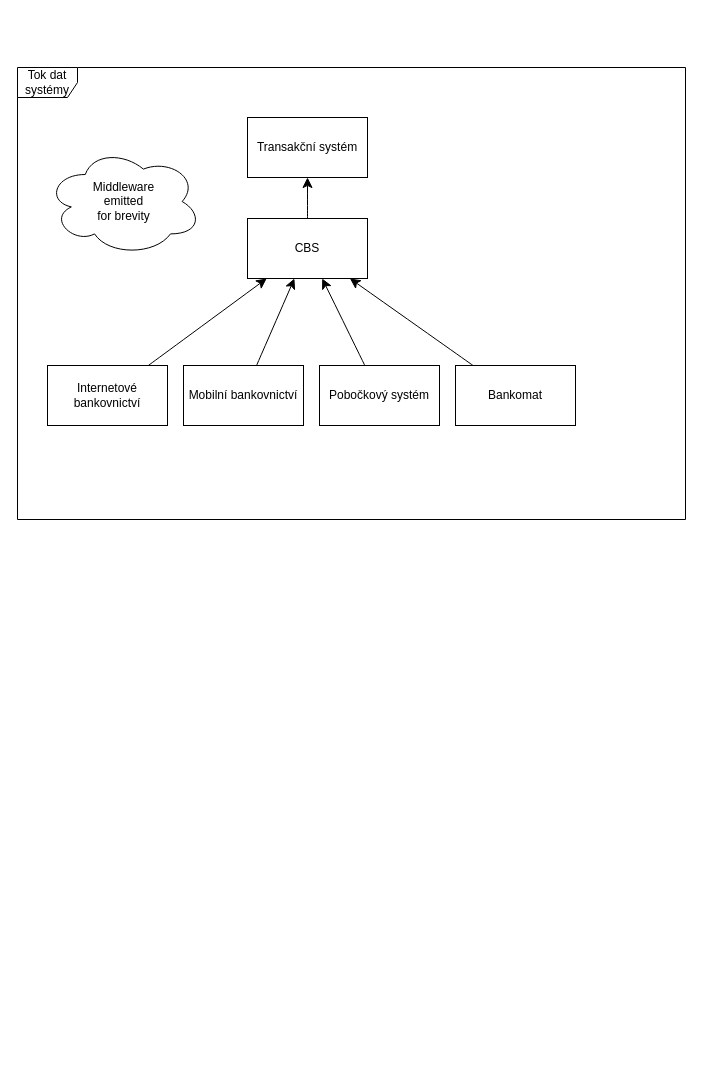
Finishxx/draw-io keeps this draw.io diagram as Untitled Diagram.drawio. Above is the earlier version. Source tidied: cells renumbered, new cells numbered last; positions are measured from the earlier drawing's top-left corner, leaving out a move shared by most shapes. Both pictures are drawn from the tidied source at 100%, with x=0, y=0 at pixel (17, 67).
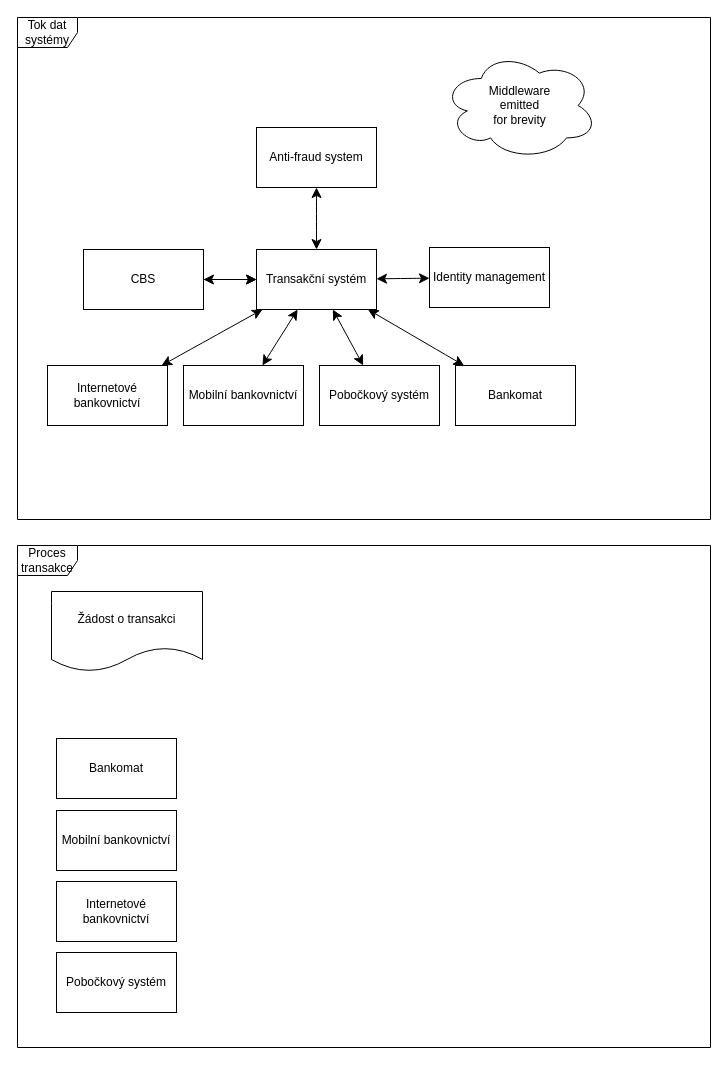
The same page after the edit.

The change refers to these unchanged cells:
```xml
<mxCell id="3" value="Internetové bankovnictví" style="rounded=0;whiteSpace=wrap;html=1;" parent="1" vertex="1">
  <mxGeometry x="30" y="298" width="120" height="60" as="geometry" />
</mxCell>
<mxCell id="5" value="Mobilní bankovnictví" style="rounded=0;whiteSpace=wrap;html=1;" parent="1" vertex="1">
  <mxGeometry x="166" y="298" width="120" height="60" as="geometry" />
</mxCell>
<mxCell id="6" value="Pobočkový systém" style="rounded=0;whiteSpace=wrap;html=1;" parent="1" vertex="1">
  <mxGeometry x="302" y="298" width="120" height="60" as="geometry" />
</mxCell>
<mxCell id="8" value="Bankomat" style="rounded=0;whiteSpace=wrap;html=1;" parent="1" vertex="1">
  <mxGeometry x="438" y="298" width="120" height="60" as="geometry" />
</mxCell>
```

Diff of the diagram source:
```diff
@@
-    <mxCell id="2" style="edgeStyle=none;curved=1;rounded=0;jettySize=auto;html=1;fontSize=12;startSize=8;endSize=8;" parent="1" edge="1" source="3" target="10">
+    <mxCell id="2" style="edgeStyle=none;curved=1;rounded=0;jettySize=auto;html=1;fontSize=12;startSize=8;endSize=8;startArrow=classic;startFill=1;" parent="1" edge="1" source="3" target="12">
       <mxGeometry relative="1" as="geometry" />
     </mxCell>
@@
-    <mxCell id="4" style="edgeStyle=none;curved=1;rounded=0;jettySize=auto;html=1;fontSize=12;startSize=8;endSize=8;" parent="1" edge="1" source="5" target="10">
+    <mxCell id="4" style="edgeStyle=none;curved=1;rounded=0;jettySize=auto;html=1;fontSize=12;startSize=8;endSize=8;startArrow=classic;startFill=1;" parent="1" edge="1" source="5" target="12">
       <mxGeometry relative="1" as="geometry" />
     </mxCell>
@@
-    <mxCell id="7" style="edgeStyle=none;curved=1;rounded=0;jettySize=auto;html=1;fontSize=12;startSize=8;endSize=8;" parent="1" edge="1" source="8" target="10">
-      <mxGeometry relative="1" as="geometry" />
-    </mxCell>
+    <mxCell id="15" style="edgeStyle=none;curved=1;rounded=0;jettySize=auto;html=1;fontSize=12;startSize=8;endSize=8;startArrow=classic;startFill=1;" parent="1" edge="1" source="8" target="12">
+      <mxGeometry relative="1" as="geometry" />
+    </mxCell>
@@
     <mxCell id="10" value="CBS" style="rounded=0;whiteSpace=wrap;html=1;" parent="1" vertex="1">
-      <mxGeometry x="230" y="151" width="120" height="60" as="geometry" />
+      <mxGeometry x="66" y="182" width="120" height="60" as="geometry" />
     </mxCell>
-    <mxCell id="11" style="edgeStyle=none;curved=1;rounded=0;jettySize=auto;html=1;fontSize=12;startSize=8;endSize=8;" parent="1" edge="1" source="6" target="10">
+    <mxCell id="11" style="edgeStyle=none;curved=1;rounded=0;jettySize=auto;html=1;fontSize=12;startSize=8;endSize=8;startArrow=classic;startFill=1;" parent="1" edge="1" source="6" target="12">
       <mxGeometry relative="1" as="geometry" />
     </mxCell>
+    <mxCell id="16" style="edgeStyle=none;curved=1;rounded=0;jettySize=auto;html=1;fontSize=12;startSize=8;endSize=8;startArrow=classic;startFill=1;" parent="1" edge="1" source="12" target="10">
+      <mxGeometry relative="1" as="geometry" />
+    </mxCell>
     <mxCell id="12" value="Transakční systém" style="rounded=0;whiteSpace=wrap;html=1;" parent="1" vertex="1">
-      <mxGeometry x="230" y="50" width="120" height="60" as="geometry" />
+      <mxGeometry x="239" y="182" width="120" height="60" as="geometry" />
     </mxCell>
     <mxCell id="13" value="&lt;div&gt;Middleware&lt;/div&gt;&lt;div&gt;emitted&lt;/div&gt;&lt;div&gt;for brevity&lt;/div&gt;" style="ellipse;shape=cloud;whiteSpace=wrap;html=1;" parent="1" vertex="1">
-      <mxGeometry x="29" y="80" width="155" height="108" as="geometry" />
+      <mxGeometry x="425" y="-16" width="155" height="108" as="geometry" />
     </mxCell>
     <mxCell id="14" value="Tok dat systémy" style="shape=umlFrame;whiteSpace=wrap;html=1;" parent="1" vertex="1">
-      <mxGeometry width="668" height="452" as="geometry" />
+      <mxGeometry y="-50" width="693" height="502" as="geometry" />
     </mxCell>
+    <mxCell id="17" style="edgeStyle=none;curved=1;rounded=0;jettySize=auto;html=1;fontSize=12;startSize=8;endSize=8;startArrow=classic;startFill=1;" parent="1" edge="1" source="18" target="12">
+      <mxGeometry relative="1" as="geometry" />
+    </mxCell>
+    <mxCell id="18" value="Anti-fraud system" style="rounded=0;whiteSpace=wrap;html=1;" parent="1" vertex="1">
+      <mxGeometry x="239" y="60" width="120" height="60" as="geometry" />
+    </mxCell>
+    <mxCell id="19" style="edgeStyle=none;curved=1;rounded=0;jettySize=auto;html=1;fontSize=12;startSize=8;endSize=8;startArrow=classic;startFill=1;" parent="1" edge="1" source="20" target="12">
+      <mxGeometry relative="1" as="geometry" />
+    </mxCell>
+    <mxCell id="20" value="Identity management" style="rounded=0;whiteSpace=wrap;html=1;" parent="1" vertex="1">
+      <mxGeometry x="412" y="180" width="120" height="60" as="geometry" />
+    </mxCell>
+    <mxCell id="21" value="Proces transakce" style="shape=umlFrame;whiteSpace=wrap;html=1;" parent="1" vertex="1">
+      <mxGeometry y="478" width="693" height="502" as="geometry" />
+    </mxCell>
+    <mxCell id="22" value="Žádost o transakci" style="shape=document;whiteSpace=wrap;html=1;boundedLbl=1;" parent="1" vertex="1">
+      <mxGeometry x="34" y="524" width="151" height="80" as="geometry" />
+    </mxCell>
+    <mxCell id="23" value="Internetové bankovnictví" style="rounded=0;whiteSpace=wrap;html=1;" parent="1" vertex="1">
+      <mxGeometry x="39" y="814" width="120" height="60" as="geometry" />
+    </mxCell>
+    <mxCell id="24" value="Mobilní bankovnictví" style="rounded=0;whiteSpace=wrap;html=1;" parent="1" vertex="1">
+      <mxGeometry x="39" y="743" width="120" height="60" as="geometry" />
+    </mxCell>
+    <mxCell id="25" value="Pobočkový systém" style="rounded=0;whiteSpace=wrap;html=1;" parent="1" vertex="1">
+      <mxGeometry x="39" y="885" width="120" height="60" as="geometry" />
+    </mxCell>
+    <mxCell id="26" value="Bankomat" style="rounded=0;whiteSpace=wrap;html=1;" parent="1" vertex="1">
+      <mxGeometry x="39" y="671" width="120" height="60" as="geometry" />
+    </mxCell>
```
